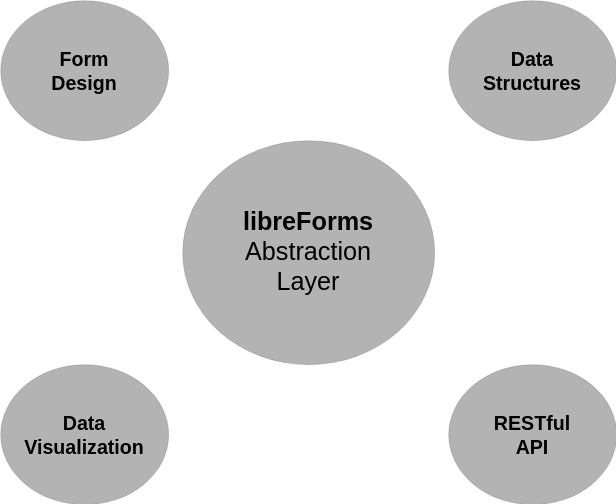
The draw.io diagram docs/libreForms_abstraction_layer.drawio.svg in libreForms/libreForms-flask, before a commit. Source tidied: cells renumbered, new cells last; positions are measured from the earlier drawing's top-left corner, leaving out a move shared by most shapes.
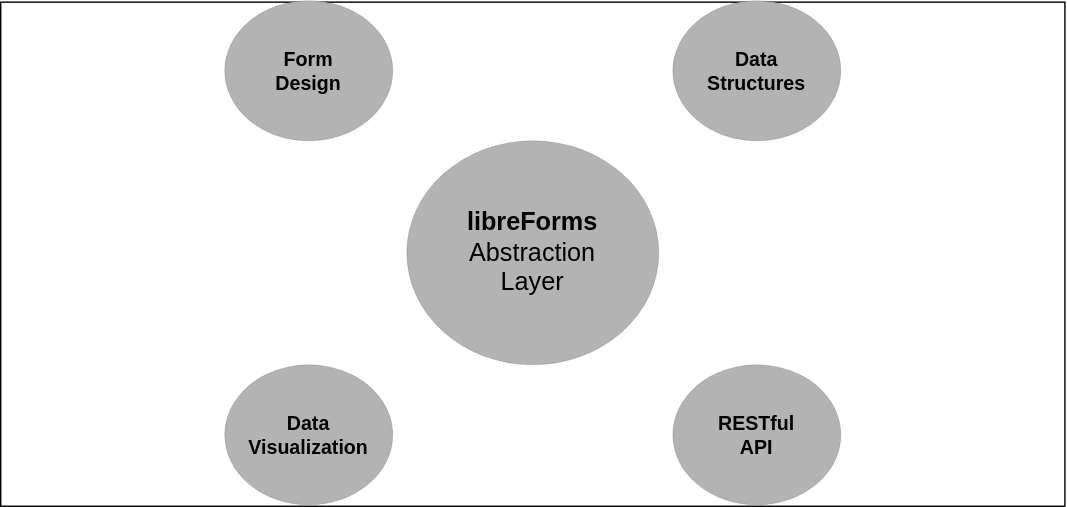
After the commit.

What changed in the source:
```diff
@@ -2,6 +2,9 @@
   <root>
     <mxCell id="0" />
     <mxCell id="1" parent="0" />
+    <mxCell id="7" style="rounded=0;whiteSpace=wrap;html=1;fillColor=none;" parent="1" vertex="1">
+      <mxGeometry x="-160" y="1" width="760" height="360" as="geometry" />
+    </mxCell>
     <mxCell id="2" value="&lt;p style=&quot;line-height: 0.85;&quot;&gt;&lt;/p&gt;&lt;div&gt;&lt;b&gt;&lt;font style=&quot;font-size: 18px;&quot;&gt;libreForms&lt;/font&gt;&lt;/b&gt;&lt;/div&gt;&lt;div&gt;&lt;font style=&quot;font-size: 18px;&quot;&gt;Abstraction&lt;/font&gt;&lt;/div&gt;&lt;div&gt;&lt;font style=&quot;font-size: 18px;&quot; color=&quot;#FFFFFF&quot;&gt;&lt;font color=&quot;#000000&quot;&gt;Layer&lt;/font&gt;&lt;br&gt;&lt;/font&gt;&lt;/div&gt;&lt;p&gt;&lt;/p&gt;" style="ellipse;whiteSpace=wrap;html=1;dashed=1;strokeColor=#000000;strokeWidth=0;fillColor=#B3B3B3;" parent="1" vertex="1">
       <mxGeometry x="130" y="100" width="180" height="160" as="geometry" />
     </mxCell>
```
